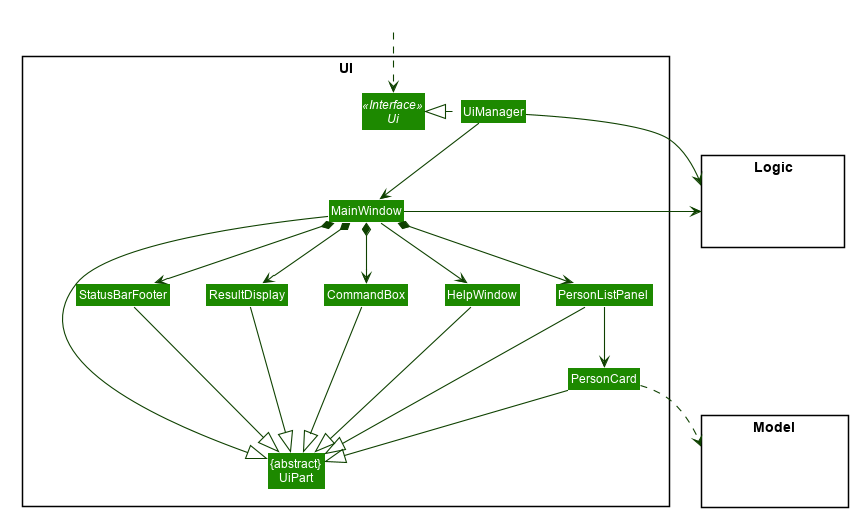
This is docs/images/UiClassDiagram.png from nus-cs2103-AY2021S2/tp, a PlantUML export, as it was before one commit.
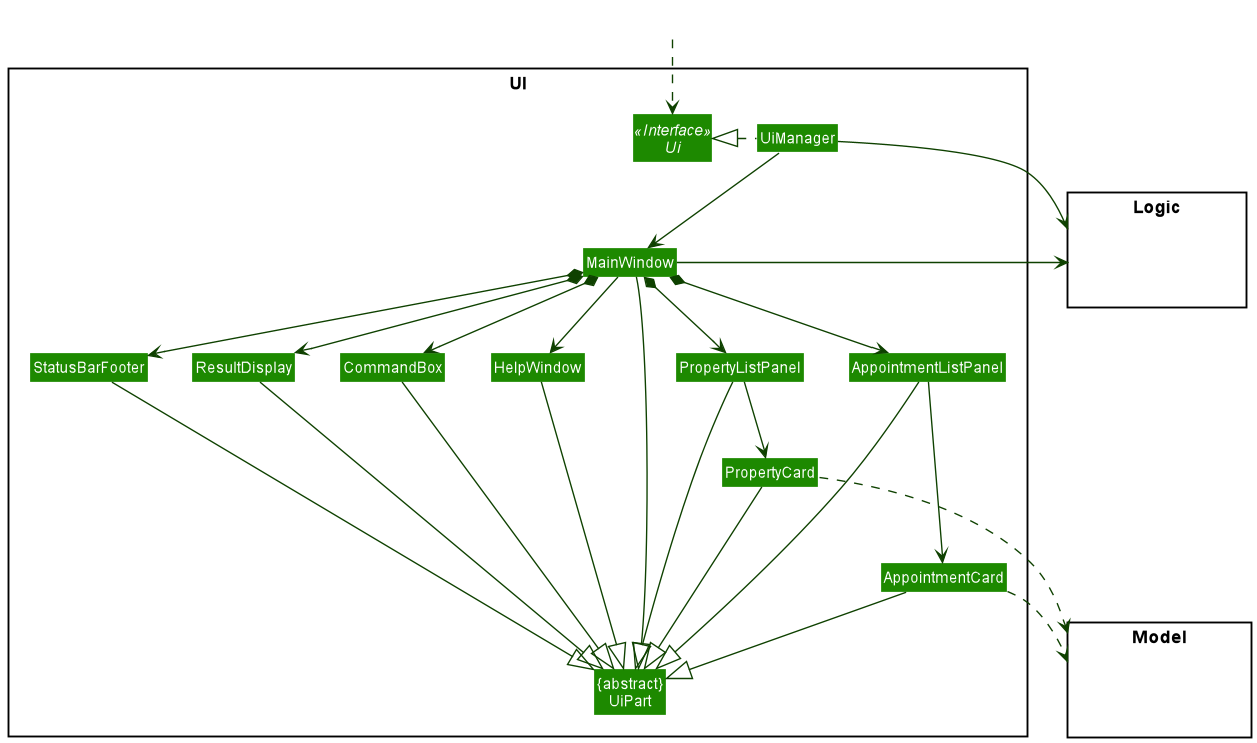
After the commit.

Commit message:
Update Ui class diagram in DG

The edit, as a diff of the source:
```diff
@@ -1,55 +1,8 @@
 @startuml
-
-
-
-
-
-
-
-
-skinparam BackgroundColor #FFFFFFF
-
-skinparam Shadowing false
-
-skinparam Class {
-    FontColor #FFFFFF
-    BorderThickness 1
-    BorderColor #FFFFFF
-    StereotypeFontColor #FFFFFF
-    FontName Arial
-}
-
-skinparam Actor {
-    BorderColor #000000
-    Color #000000
-    FontName Arial
-}
-
-skinparam Sequence {
-    MessageAlign center
-    BoxFontSize 15
-    BoxPadding 0
-    BoxFontColor #FFFFFF
-    FontName Arial
-}
-
-skinparam Participant {
-    FontColor #FFFFFFF
-    Padding 20
-}
-
-skinparam MinClassWidth 50
-skinparam ParticipantPadding 10
-skinparam Shadowing false
-skinparam DefaultTextAlignment center
-skinparam packageStyle Rectangle
-
-hide footbox
-hide members
-hide circle
+!include style.puml
 skinparam arrowThickness 1.1
-skinparam arrowColor #0E4100
-skinparam classBackgroundColor #1D8900
+skinparam arrowColor UI_COLOR_T4
+skinparam classBackgroundColor UI_COLOR
 
 package UI <<Rectangle>>{
 Interface Ui <<Interface>>
@@ -58,8 +11,10 @@
 Class MainWindow
 Class HelpWindow
 Class ResultDisplay
-Class PersonListPanel
-Class PersonCard
+Class AppointmentListPanel
+Class AppointmentCard
+Class PropertyListPanel
+Class PropertyCard
 Class StatusBarFooter
 Class CommandBox
 }
@@ -80,25 +35,31 @@
 MainWindow --> HelpWindow
 MainWindow *-down-> CommandBox
 MainWindow *-down-> ResultDisplay
-MainWindow *-down-> PersonListPanel
+MainWindow *-down-> AppointmentListPanel
+MainWindow *-down-> PropertyListPanel
 MainWindow *-down-> StatusBarFooter
 
-PersonListPanel -down-> PersonCard
+AppointmentListPanel -down--> AppointmentCard
+PropertyListPanel -down-> PropertyCard
 
 MainWindow -left-|> UiPart
 
 ResultDisplay --|> UiPart
 CommandBox --|> UiPart
-PersonListPanel --|> UiPart
-PersonCard --|> UiPart
+AppointmentListPanel --|> UiPart
+AppointmentCard --|> UiPart
+PropertyListPanel --|> UiPart
+PropertyCard --|> UiPart
 StatusBarFooter --|> UiPart
 HelpWindow -down-|> UiPart
 
-PersonCard ..> Model
+AppointmentCard ..> Model
+PropertyCard ..> Model
 UiManager -right-> Logic
 MainWindow -left-> Logic
 
-PersonListPanel -[hidden]left- HelpWindow
+AppointmentListPanel -[hidden]left- PropertyListPanel
+PropertyListPanel -[hidden]left- HelpWindow
 HelpWindow -[hidden]left- CommandBox
 CommandBox -[hidden]left- ResultDisplay
 ResultDisplay -[hidden]left- StatusBarFooter
```
